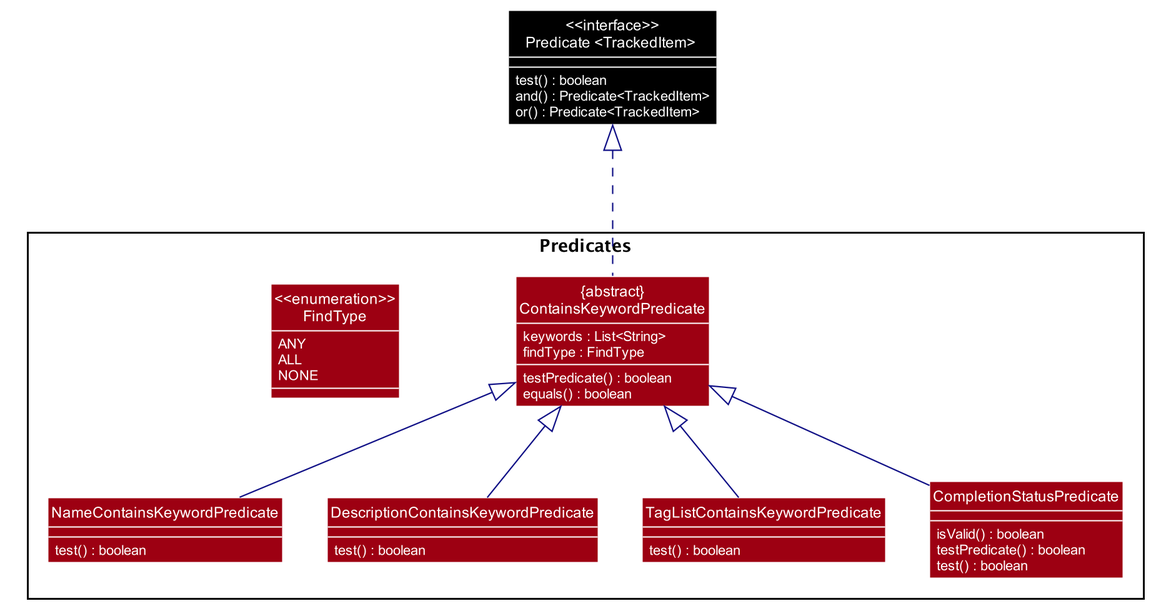
Above: docs/images/PredicateClassDiagram.png in pr4aveen/tp (PlantUML), before the change.
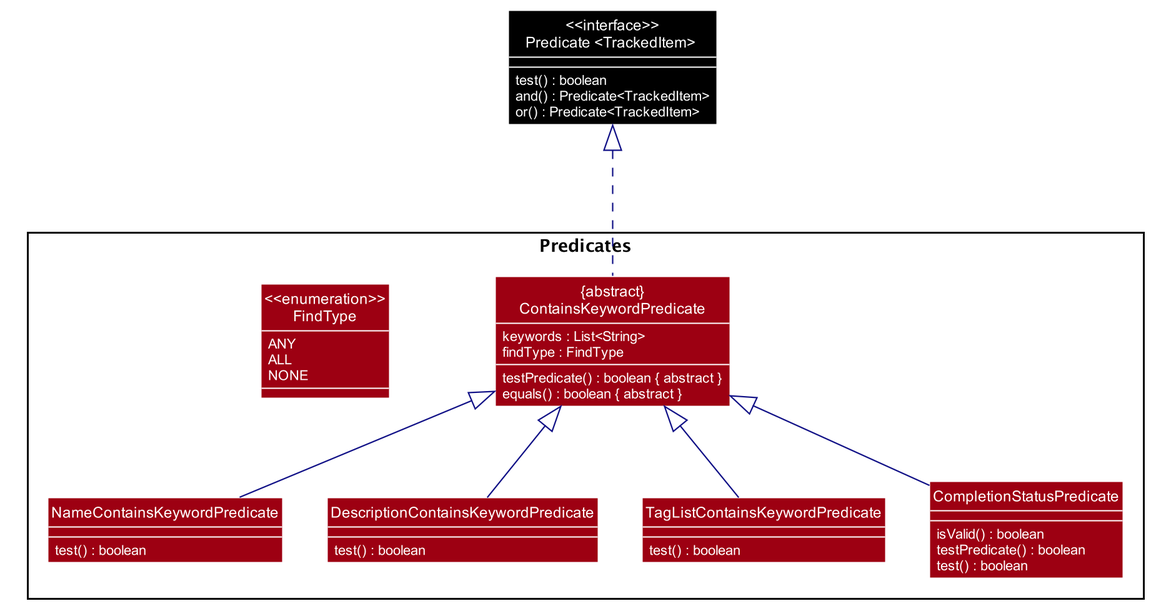
After the change.

Commit message:
Merge activity diagrams

Change to the diagram source:
```diff
@@ -73,15 +73,15 @@
 
 package Predicates {
 
-Class "{abstract}\nContainsKeywordPredicate" as ContainsKeywordPredicate
+Class "{abstract}\nContainsKeywordPredicate" as ContainsKeywordPredicate {
+    testPredicate() : boolean { abstract }
+    equals() : boolean { abstract }
+}
 enum "<<enumeration>>\nFindType" as FindType
 
 Class ContainsKeywordPredicate #9D0012 {
     keywords : List<String>
     findType : FindType
-
-    testPredicate() : boolean
-    equals() : boolean
 }
 
 enum FindType #9D0012{
```
